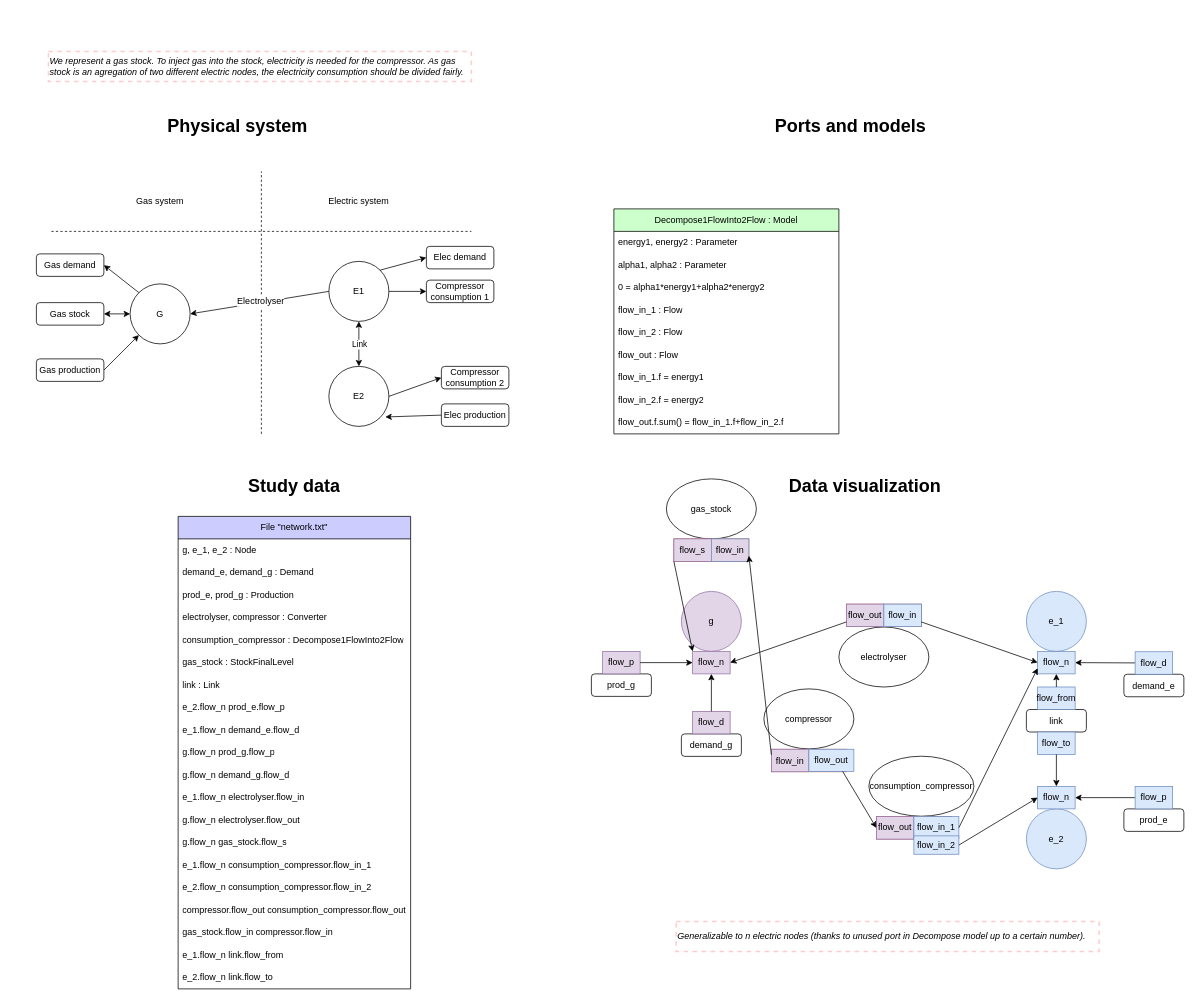
Before: page "three_models_agregation_consumption" (3 of 7) of models-design/systems/gas_stock_2_elec_compressor.drawio in AntaresSimulatorTeam/andromede-modeling-prototype, a draw.io diagram. Source tidied: cells renumbered, new cells numbered last; positions are measured from the earlier drawing's top-left corner, leaving out a move shared by most shapes. Both pictures are drawn from the tidied source at 75%, with x=0, y=0 at pixel (13, 51).
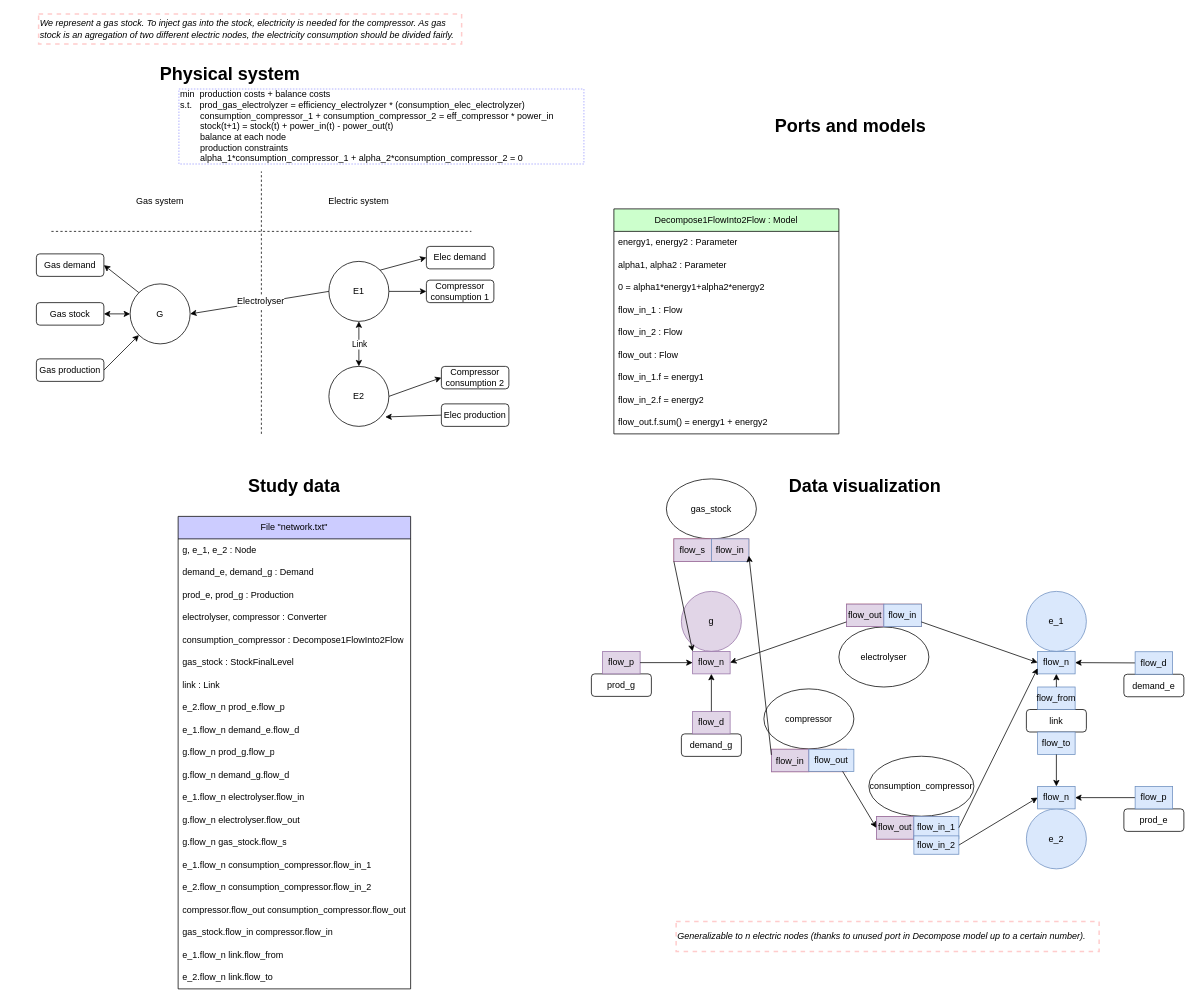
The same page after the edit.

Commit message (it also covers changes not shown here):
Corrections and add optimization problems in stock systems

Unchanged cells that the change refers to:
```xml
<mxCell id="19" value="Decompose1FlowInto2Flow : Model" style="swimlane;fontStyle=0;horizontal=1;startSize=30;whiteSpace=wrap;html=1;fillColor=#CCFFCC;fontColor=#000000;" parent="17" vertex="1">
  <mxGeometry x="20" y="130" width="300" height="300" as="geometry" />
</mxCell>
```

What changed in the source:
```diff
@@
     <mxCell id="16" value="&lt;h1&gt;Physical system&lt;br&gt;&lt;/h1&gt;" style="text;html=1;strokeColor=none;fillColor=none;spacing=5;spacingTop=-20;whiteSpace=wrap;overflow=hidden;rounded=0;" parent="1" vertex="1">
-      <mxGeometry x="201" y="80" width="250" height="40" as="geometry" />
+      <mxGeometry x="191" y="10" width="250" height="40" as="geometry" />
     </mxCell>
@@
-    <mxCell id="28" value="flow_out.f.sum() = flow_in_1.f+flow_in_2.f" style="text;strokeColor=none;fillColor=none;align=left;verticalAlign=middle;spacingLeft=4;spacingRight=4;overflow=hidden;whiteSpace=wrap;html=1;" parent="19" vertex="1">
+    <mxCell id="28" value="flow_out.f.sum() = energy1 + energy2" style="text;strokeColor=none;fillColor=none;align=left;verticalAlign=middle;spacingLeft=4;spacingRight=4;overflow=hidden;whiteSpace=wrap;html=1;" parent="19" vertex="1">
       <mxGeometry y="270" width="300" height="30" as="geometry" />
     </mxCell>
@@
     <mxCell id="106" value="&lt;i&gt;We represent a gas stock. To inject gas into the stock, electricity is needed for the compressor. As gas stock is an agregation of two different electric nodes, the electricity consumption should be divided fairly.&lt;/i&gt;" style="text;html=1;strokeColor=#FFCCCC;fillColor=none;align=left;verticalAlign=middle;whiteSpace=wrap;rounded=0;dashed=1;strokeWidth=2;" parent="1" vertex="1">
-      <mxGeometry x="47" width="564" height="40" as="geometry" />
+      <mxGeometry x="34" y="-50" width="564" height="40" as="geometry" />
     </mxCell>
@@
+    <mxCell id="127" value="min&amp;nbsp;&amp;nbsp;&lt;span style=&quot;&quot;&gt;&lt;/span&gt;production costs + balance costs&lt;br&gt;s.t.&amp;nbsp;&lt;span style=&quot;&quot;&gt;&amp;nbsp;&amp;nbsp;&lt;/span&gt;prod_gas_electrolyzer = efficiency_electrolyzer * (consumption_elec_electrolyzer)&amp;nbsp;&lt;br&gt;&lt;span style=&quot;&quot;&gt;&#9;&lt;/span&gt;&lt;span style=&quot;&quot;&gt;&#9;&lt;/span&gt;&lt;span style=&quot;white-space: pre;&quot;&gt;&#9;&lt;/span&gt;consumption_compressor_1 + consumption_compressor_2 =&amp;nbsp;eff_compressor * power_in&lt;br&gt;&lt;span style=&quot;&quot;&gt;&#9;&lt;/span&gt;&lt;span style=&quot;&quot;&gt;&#9;&lt;/span&gt;&lt;span style=&quot;white-space: pre;&quot;&gt;&#9;&lt;/span&gt;stock(t+1) = stock(t) + power_in(t) - power_out(t)&amp;nbsp;&amp;nbsp;&lt;br&gt;&lt;span style=&quot;&quot;&gt;&#9;&lt;/span&gt;&lt;span style=&quot;&quot;&gt;&#9;&lt;/span&gt;&lt;span style=&quot;white-space: pre;&quot;&gt;&#9;&lt;/span&gt;balance at each node&lt;br&gt;&lt;span style=&quot;&quot;&gt;&#9;&lt;/span&gt;&lt;span style=&quot;&quot;&gt;&#9;&lt;/span&gt;&lt;span style=&quot;white-space: pre;&quot;&gt;&#9;&lt;/span&gt;production constraints&lt;br&gt;&lt;span style=&quot;white-space: pre;&quot;&gt;&#9;&lt;/span&gt;alpha_1*consumption_compressor_1 + alpha_2*consumption_compressor_2 = 0" style="text;html=1;strokeColor=#CCCCFF;fillColor=none;align=left;verticalAlign=middle;whiteSpace=wrap;rounded=0;dashed=1;dashPattern=1 1;strokeWidth=2;" parent="1" vertex="1">
+      <mxGeometry x="221" y="50" width="540" height="100" as="geometry" />
+    </mxCell>
```
